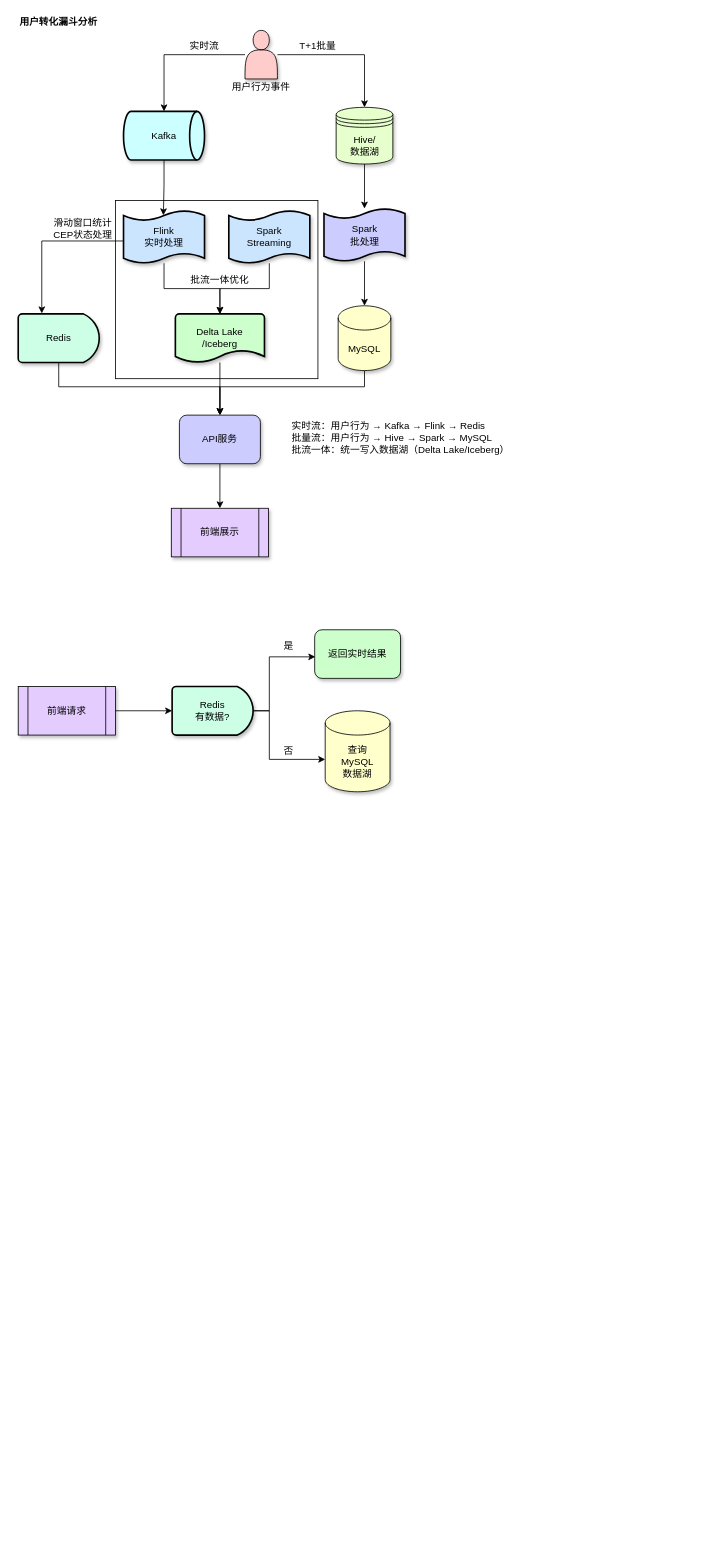
Before: achitecture_diagram/大数据-Lambda分层架构.drawio in abigalexy/online_drawing, a draw.io diagram. Source tidied: cells renumbered, new cells numbered last; positions are measured from the earlier drawing's top-left corner, leaving out a move shared by most shapes. Both pictures are drawn from the tidied source at 81%, with x=0, y=0 at pixel (18, 14).
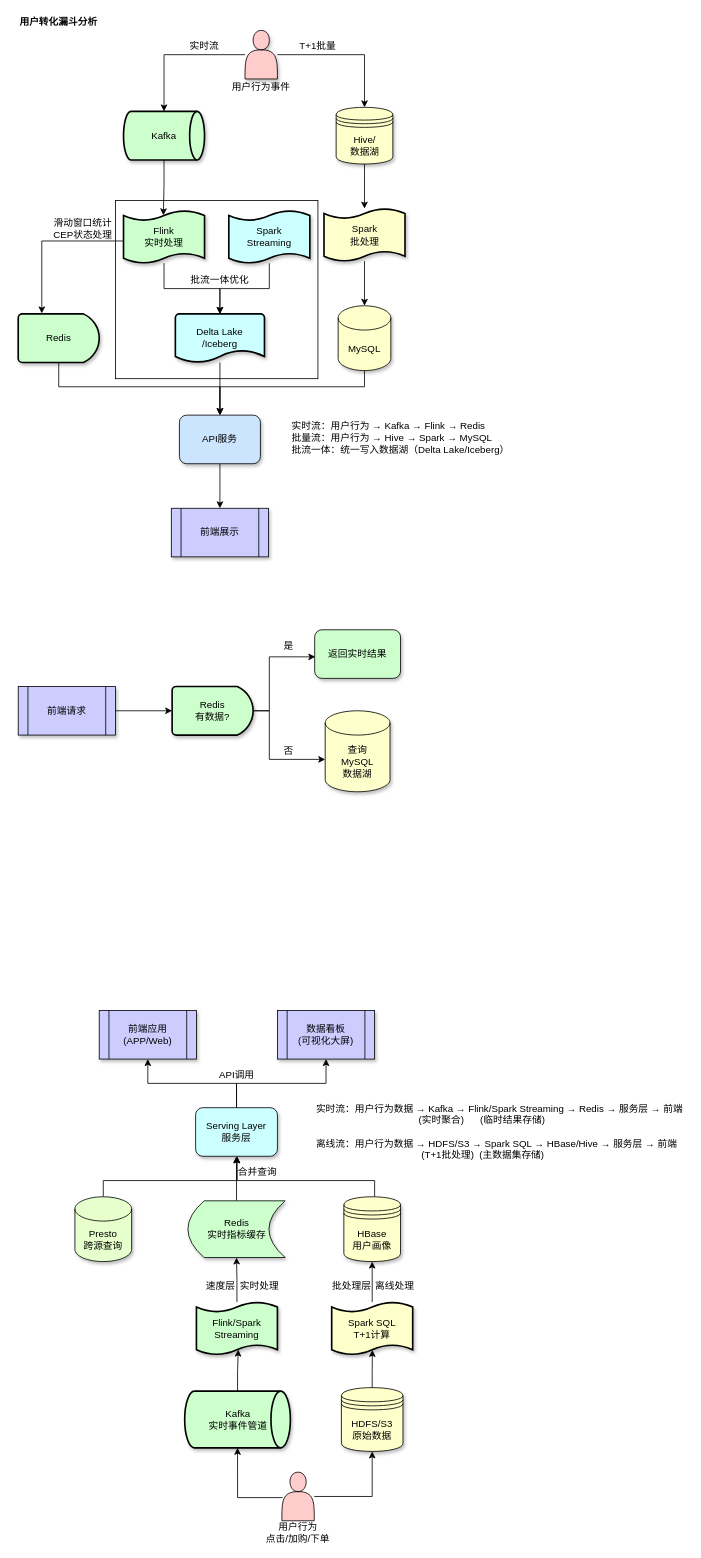
The same diagram, later.

Commit message (it also covers changes not shown here):
更新大数据-Lambda分层架构.drawio

Unchanged cells that the change refers to:
```xml
<mxCell id="3" style="group;" parent="1" vertex="1">
  <mxGeometry y="20" width="477.5" height="650" as="geometry" />
</mxCell>
<mxCell id="33" style="group;" parent="1" vertex="1">
  <mxGeometry y="760" width="472" height="200" as="geometry" />
</mxCell>
```

Change to the diagram source:
```diff
@@
-    <mxCell id="8" value="Kafka" style="strokeWidth=2;html=1;shape=mxgraph.flowchart.direct_data;whiteSpace=wrap;shadow=1;fillColor=#CCFFFF;" parent="3" vertex="1">
+    <mxCell id="8" value="Kafka" style="strokeWidth=2;html=1;shape=mxgraph.flowchart.direct_data;whiteSpace=wrap;shadow=1;fillColor=#CCFFCC;" parent="3" vertex="1">
       <mxGeometry x="130" y="100" width="100" height="60" as="geometry" />
     </mxCell>
@@
-    <mxCell id="10" value="Hive/&lt;div&gt;数据湖&lt;/div&gt;" style="shape=datastore;whiteSpace=wrap;html=1;fillColor=#E6FFCC;shadow=1;" parent="3" vertex="1">
+    <mxCell id="10" value="Hive/&lt;div&gt;数据湖&lt;/div&gt;" style="shape=datastore;whiteSpace=wrap;html=1;fillColor=#FFFFCC;shadow=1;" parent="3" vertex="1">
       <mxGeometry x="392.5" y="95" width="70" height="70" as="geometry" />
     </mxCell>
-    <mxCell id="11" value="Spark&lt;br&gt;Streaming" style="shape=tape;whiteSpace=wrap;html=1;strokeWidth=2;size=0.19;fillColor=#CCE5FF;shadow=1;" parent="3" vertex="1">
+    <mxCell id="11" value="Spark&lt;br&gt;Streaming" style="shape=tape;whiteSpace=wrap;html=1;strokeWidth=2;size=0.19;fillColor=#CCFFFF;shadow=1;" parent="3" vertex="1">
       <mxGeometry x="260" y="222.5" width="100" height="65" as="geometry" />
     </mxCell>
-    <mxCell id="12" value="&lt;span style=&quot;text-wrap: nowrap;&quot;&gt;Flink&lt;br&gt;实时处理&lt;/span&gt;" style="shape=tape;whiteSpace=wrap;html=1;strokeWidth=2;size=0.19;fillColor=#CCE5FF;shadow=1;" parent="3" vertex="1">
+    <mxCell id="12" value="&lt;span style=&quot;text-wrap: nowrap;&quot;&gt;Flink&lt;br&gt;实时处理&lt;/span&gt;" style="shape=tape;whiteSpace=wrap;html=1;strokeWidth=2;size=0.19;fillColor=#CCFFCC;shadow=1;" parent="3" vertex="1">
       <mxGeometry x="130" y="222.5" width="100" height="65" as="geometry" />
     </mxCell>
-    <mxCell id="13" value="Delta Lake&lt;br&gt;/Iceberg" style="strokeWidth=2;html=1;shape=mxgraph.flowchart.document2;whiteSpace=wrap;size=0.25;fillColor=#CCFFCC;shadow=1;" parent="3" vertex="1">
+    <mxCell id="13" value="Delta Lake&lt;br&gt;/Iceberg" style="strokeWidth=2;html=1;shape=mxgraph.flowchart.document2;whiteSpace=wrap;size=0.25;fillColor=#CCFFFF;shadow=1;" parent="3" vertex="1">
       <mxGeometry x="194" y="350" width="110" height="60" as="geometry" />
     </mxCell>
@@
-    <mxCell id="15" value="API服务" style="rounded=1;whiteSpace=wrap;html=1;fillColor=#CCCCFF;shadow=1;" parent="3" vertex="1">
+    <mxCell id="15" value="API服务" style="rounded=1;whiteSpace=wrap;html=1;fillColor=#CCE5FF;shadow=1;" parent="3" vertex="1">
       <mxGeometry x="199" y="475" width="100" height="60" as="geometry" />
     </mxCell>
-    <mxCell id="16" value="前端展示" style="shape=process;whiteSpace=wrap;html=1;backgroundOutline=1;shadow=1;fillColor=#E5CCFF;" parent="3" vertex="1">
+    <mxCell id="16" value="前端展示" style="shape=process;whiteSpace=wrap;html=1;backgroundOutline=1;shadow=1;fillColor=#CCCCFF;" parent="3" vertex="1">
       <mxGeometry x="189" y="590" width="120" height="60" as="geometry" />
     </mxCell>
-    <mxCell id="17" value="Spark&lt;br&gt;批处理" style="shape=tape;whiteSpace=wrap;html=1;strokeWidth=2;size=0.19;fillColor=#CCCCFF;shadow=1;" parent="3" vertex="1">
+    <mxCell id="17" value="Spark&lt;br&gt;批处理" style="shape=tape;whiteSpace=wrap;html=1;strokeWidth=2;size=0.19;fillColor=#FFFFCC;shadow=1;" parent="3" vertex="1">
       <mxGeometry x="377.5" y="220" width="100" height="65" as="geometry" />
     </mxCell>
@@
-    <mxCell id="22" value="&lt;span style=&quot;text-wrap: nowrap;&quot;&gt;Redis&lt;/span&gt;" style="strokeWidth=2;html=1;shape=mxgraph.flowchart.delay;whiteSpace=wrap;fillColor=#CCFFE6;shadow=1;" parent="3" vertex="1">
+    <mxCell id="22" value="&lt;span style=&quot;text-wrap: nowrap;&quot;&gt;Redis&lt;/span&gt;" style="strokeWidth=2;html=1;shape=mxgraph.flowchart.delay;whiteSpace=wrap;fillColor=#CCFFCC;shadow=1;" parent="3" vertex="1">
       <mxGeometry y="350" width="100" height="60" as="geometry" />
     </mxCell>
@@
-    <mxCell id="34" value="前端请求" style="shape=process;whiteSpace=wrap;html=1;backgroundOutline=1;fillColor=#E5CCFF;shadow=1;" parent="33" vertex="1">
+    <mxCell id="34" value="前端请求" style="shape=process;whiteSpace=wrap;html=1;backgroundOutline=1;fillColor=#CCCCFF;shadow=1;" parent="33" vertex="1">
       <mxGeometry y="70" width="120" height="60" as="geometry" />
     </mxCell>
-    <mxCell id="35" value="&lt;span style=&quot;text-wrap: nowrap;&quot;&gt;Redis&lt;br&gt;有数据?&lt;/span&gt;" style="strokeWidth=2;html=1;shape=mxgraph.flowchart.delay;whiteSpace=wrap;fillColor=#CCFFE6;shadow=1;" parent="33" vertex="1">
+    <mxCell id="35" value="&lt;span style=&quot;text-wrap: nowrap;&quot;&gt;Redis&lt;br&gt;有数据?&lt;/span&gt;" style="strokeWidth=2;html=1;shape=mxgraph.flowchart.delay;whiteSpace=wrap;fillColor=#CCFFCC;shadow=1;" parent="33" vertex="1">
       <mxGeometry x="190" y="70" width="100" height="60" as="geometry" />
     </mxCell>
@@
+    <mxCell id="44" value="前端应用&lt;br&gt;(APP/Web)" style="shape=process;whiteSpace=wrap;html=1;backgroundOutline=1;fillColor=#CCCCFF;shadow=1;" parent="1" vertex="1">
+      <mxGeometry x="100" y="1230" width="120" height="60" as="geometry" />
+    </mxCell>
+    <mxCell id="45" value="数据看板&lt;br&gt;(可视化大屏)" style="shape=process;whiteSpace=wrap;html=1;backgroundOutline=1;fillColor=#CCCCFF;shadow=1;" parent="1" vertex="1">
+      <mxGeometry x="320" y="1230" width="120" height="60" as="geometry" />
+    </mxCell>
+    <mxCell id="46" style="edgeStyle=orthogonalEdgeStyle;rounded=0;jettySize=auto;html=1;entryX=0.5;entryY=1;entryDx=0;entryDy=0;" parent="1" edge="1" source="48" target="44">
+      <mxGeometry relative="1" as="geometry" />
+    </mxCell>
+    <mxCell id="47" style="edgeStyle=orthogonalEdgeStyle;rounded=0;jettySize=auto;html=1;entryX=0.5;entryY=1;entryDx=0;entryDy=0;" parent="1" edge="1" source="48" target="45">
+      <mxGeometry relative="1" as="geometry" />
+    </mxCell>
+    <mxCell id="48" value="Serving Layer&lt;br&gt;服务层" style="rounded=1;whiteSpace=wrap;html=1;fillColor=#CCFFFF;shadow=1;" parent="1" vertex="1">
+      <mxGeometry x="219" y="1350" width="101" height="60" as="geometry" />
+    </mxCell>
+    <mxCell id="49" value="API调用" style="text;strokeColor=none;align=center;fillColor=none;html=1;verticalAlign=middle;whiteSpace=wrap;rounded=0;" parent="1" vertex="1">
+      <mxGeometry x="242.5" y="1300" width="54" height="20" as="geometry" />
+    </mxCell>
+    <mxCell id="50" style="edgeStyle=orthogonalEdgeStyle;rounded=0;jettySize=auto;html=1;exitX=0.5;exitY=0;exitDx=0;exitDy=0;exitPerimeter=0;" parent="1" edge="1" source="51">
+      <mxGeometry relative="1" as="geometry">
+        <mxPoint x="270" y="1410" as="targetPoint" />
+        <Array as="points">
+          <mxPoint x="105" y="1440" />
+          <mxPoint x="270" y="1440" />
+        </Array>
+      </mxGeometry>
+    </mxCell>
+    <mxCell id="51" value="Presto&lt;br&gt;跨源查询" style="shape=cylinder3;whiteSpace=wrap;html=1;boundedLbl=1;backgroundOutline=1;size=15;fillColor=#E6FFCC;shadow=1;" parent="1" vertex="1">
+      <mxGeometry x="70" y="1460" width="70" height="80" as="geometry" />
+    </mxCell>
+    <mxCell id="52" style="edgeStyle=orthogonalEdgeStyle;rounded=0;jettySize=auto;html=1;exitX=0.543;exitY=0;exitDx=0;exitDy=0;exitPerimeter=0;" parent="1" edge="1" source="53">
+      <mxGeometry relative="1" as="geometry">
+        <mxPoint x="270" y="1410" as="targetPoint" />
+        <Array as="points">
+          <mxPoint x="440" y="1440" />
+          <mxPoint x="270" y="1440" />
+        </Array>
+      </mxGeometry>
+    </mxCell>
+    <mxCell id="53" value="HBase&lt;br&gt;用户画像" style="shape=datastore;whiteSpace=wrap;html=1;fillColor=#FFFFCC;shadow=1;" parent="1" vertex="1">
+      <mxGeometry x="402" y="1460" width="70" height="80" as="geometry" />
+    </mxCell>
+    <mxCell id="54" style="edgeStyle=orthogonalEdgeStyle;rounded=0;jettySize=auto;html=1;entryX=0.5;entryY=1;entryDx=0;entryDy=0;" parent="1" edge="1" source="55" target="48">
+      <mxGeometry relative="1" as="geometry">
+        <Array as="points">
+          <mxPoint x="270" y="1430" />
+          <mxPoint x="270" y="1430" />
+        </Array>
+      </mxGeometry>
+    </mxCell>
+    <mxCell id="55" value="&lt;span style=&quot;text-wrap: nowrap;&quot;&gt;Redis&lt;/span&gt;&lt;br style=&quot;text-wrap: nowrap;&quot;&gt;&lt;span style=&quot;text-wrap: nowrap;&quot;&gt;实时指标缓存&lt;/span&gt;" style="shape=dataStorage;whiteSpace=wrap;html=1;fixedSize=1;fillColor=#CCFFCC;shadow=1;" parent="1" vertex="1">
+      <mxGeometry x="209.5" y="1465" width="120" height="70" as="geometry" />
+    </mxCell>
+    <mxCell id="56" value="合并查询" style="text;strokeColor=none;align=center;fillColor=none;html=1;verticalAlign=middle;whiteSpace=wrap;rounded=0;" parent="1" vertex="1">
+      <mxGeometry x="269.5" y="1420" width="50.5" height="20" as="geometry" />
+    </mxCell>
+    <mxCell id="57" style="edgeStyle=orthogonalEdgeStyle;rounded=0;jettySize=auto;html=1;entryX=0.5;entryY=1;entryDx=0;entryDy=0;" parent="1" edge="1" source="58" target="55">
+      <mxGeometry relative="1" as="geometry" />
+    </mxCell>
+    <mxCell id="58" value="Flink/Spark&lt;br&gt;Streaming" style="shape=tape;whiteSpace=wrap;html=1;strokeWidth=2;size=0.19;fillColor=#CCFFCC;shadow=1;" parent="1" vertex="1">
+      <mxGeometry x="220" y="1590" width="100" height="65" as="geometry" />
+    </mxCell>
+    <mxCell id="59" style="edgeStyle=orthogonalEdgeStyle;rounded=0;jettySize=auto;html=1;entryX=0.5;entryY=1;entryDx=0;entryDy=0;" parent="1" edge="1" source="60" target="53">
+      <mxGeometry relative="1" as="geometry" />
+    </mxCell>
+    <mxCell id="60" value="Spark SQL&lt;br&gt;T+1计算" style="shape=tape;whiteSpace=wrap;html=1;strokeWidth=2;size=0.19;fillColor=#FFFFCC;shadow=1;" parent="1" vertex="1">
+      <mxGeometry x="387" y="1590" width="100" height="65" as="geometry" />
+    </mxCell>
+    <mxCell id="61" value="实时处理" style="text;strokeColor=none;align=center;fillColor=none;html=1;verticalAlign=middle;whiteSpace=wrap;rounded=0;" parent="1" vertex="1">
+      <mxGeometry x="269.5" y="1560" width="56" height="20" as="geometry" />
+    </mxCell>
+    <mxCell id="62" value="离线处理" style="text;strokeColor=none;align=center;fillColor=none;html=1;verticalAlign=middle;whiteSpace=wrap;rounded=0;" parent="1" vertex="1">
+      <mxGeometry x="440" y="1560" width="50" height="20" as="geometry" />
+    </mxCell>
+    <mxCell id="63" value="Kafka&lt;br&gt;实时事件管道" style="strokeWidth=2;html=1;shape=mxgraph.flowchart.direct_data;whiteSpace=wrap;fillColor=#CCFFCC;shadow=1;" parent="1" vertex="1">
+      <mxGeometry x="205.5" y="1700" width="130.5" height="70" as="geometry" />
+    </mxCell>
+    <mxCell id="64" value="HDFS/S3&lt;br&gt;原始数据" style="shape=datastore;whiteSpace=wrap;html=1;fillColor=#FFFFCC;shadow=1;" parent="1" vertex="1">
+      <mxGeometry x="399" y="1695.6" width="76" height="78.8" as="geometry" />
+    </mxCell>
+    <mxCell id="65" style="edgeStyle=orthogonalEdgeStyle;rounded=0;jettySize=auto;html=1;entryX=0.5;entryY=1;entryDx=0;entryDy=0;" parent="1" edge="1" source="66" target="64">
+      <mxGeometry relative="1" as="geometry" />
+    </mxCell>
+    <mxCell id="66" style="shape=actor;whiteSpace=wrap;html=1;fillColor=#FFCCCC;" parent="1" vertex="1">
+      <mxGeometry x="325.5" y="1800" width="40" height="60" as="geometry" />
+    </mxCell>
+    <mxCell id="67" value="用户行为&lt;br&gt;点击/加购/下单" style="text;strokeColor=none;align=center;fillColor=none;html=1;verticalAlign=middle;whiteSpace=wrap;rounded=0;" parent="1" vertex="1">
+      <mxGeometry x="300.2" y="1860" width="90.5" height="30" as="geometry" />
+    </mxCell>
+    <mxCell id="68" value="&lt;div&gt;实时流：&lt;span style=&quot;background-color: transparent;&quot;&gt;用户行为数据 → Kafka → Flink/Spark Streaming → Redis → 服务层 → 前端&lt;/span&gt;&lt;/div&gt;&lt;div&gt;&amp;nbsp; &amp;nbsp; &amp;nbsp; &amp;nbsp; &amp;nbsp; &amp;nbsp; &amp;nbsp; &amp;nbsp; &amp;nbsp; &amp;nbsp; &amp;nbsp; &amp;nbsp; &amp;nbsp; &amp;nbsp; &amp;nbsp; &amp;nbsp; &amp;nbsp; &amp;nbsp; &amp;nbsp; (实时聚合)&amp;nbsp; &amp;nbsp; &amp;nbsp; (临时结果存储)&lt;/div&gt;&lt;div&gt;&lt;br&gt;&lt;/div&gt;&lt;div&gt;&lt;div&gt;离线流：&lt;span style=&quot;background-color: transparent;&quot;&gt;用户行为数据 → HDFS/S3 → Spark SQL → HBase/Hive → 服务层 → 前端&lt;/span&gt;&lt;/div&gt;&lt;div&gt;&amp;nbsp; &amp;nbsp; &amp;nbsp; &amp;nbsp; &amp;nbsp; &amp;nbsp; &amp;nbsp; &amp;nbsp; &amp;nbsp; &amp;nbsp; &amp;nbsp; &amp;nbsp; &amp;nbsp; &amp;nbsp; &amp;nbsp; &amp;nbsp; &amp;nbsp; &amp;nbsp; &amp;nbsp; &amp;nbsp;(T+1批处理)&amp;nbsp; (主数据集存储)&lt;/div&gt;&lt;/div&gt;" style="text;strokeColor=none;align=left;fillColor=none;html=1;verticalAlign=middle;whiteSpace=wrap;rounded=0;" parent="1" vertex="1">
+      <mxGeometry x="365.5" y="1340" width="460" height="80" as="geometry" />
+    </mxCell>
+    <mxCell id="69" value="速度层" style="text;strokeColor=none;align=center;fillColor=none;html=1;verticalAlign=middle;whiteSpace=wrap;rounded=0;" parent="1" vertex="1">
+      <mxGeometry x="229.5" y="1562.5" width="40" height="15" as="geometry" />
+    </mxCell>
+    <mxCell id="70" value="批处理层" style="text;strokeColor=none;align=center;fillColor=none;html=1;verticalAlign=middle;whiteSpace=wrap;rounded=0;" parent="1" vertex="1">
+      <mxGeometry x="387" y="1560" width="50" height="20" as="geometry" />
+    </mxCell>
+    <mxCell id="71" style="edgeStyle=orthogonalEdgeStyle;rounded=0;jettySize=auto;html=1;entryX=0.5;entryY=1;entryDx=0;entryDy=0;entryPerimeter=0;exitX=0.021;exitY=0.523;exitDx=0;exitDy=0;exitPerimeter=0;" parent="1" edge="1" source="66" target="63">
+      <mxGeometry relative="1" as="geometry" />
+    </mxCell>
+    <mxCell id="72" style="edgeStyle=orthogonalEdgeStyle;rounded=0;jettySize=auto;html=1;entryX=0.516;entryY=0.904;entryDx=0;entryDy=0;entryPerimeter=0;" parent="1" edge="1" source="63" target="58">
+      <mxGeometry relative="1" as="geometry" />
+    </mxCell>
+    <mxCell id="73" style="edgeStyle=orthogonalEdgeStyle;rounded=0;jettySize=auto;html=1;entryX=0.502;entryY=0.91;entryDx=0;entryDy=0;entryPerimeter=0;" parent="1" edge="1" source="64" target="60">
+      <mxGeometry relative="1" as="geometry" />
+    </mxCell>
```
